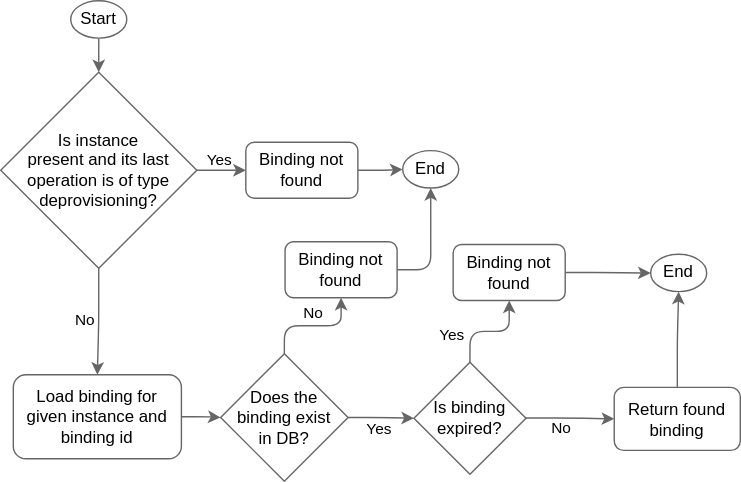
Earlier version of the draw.io export docs/assets/bindings-get-flow.drawio.svg (kyma-project/kyma-environment-broker). Source tidied: cells renumbered, new cells last; positions are measured from the earlier drawing's top-left corner, leaving out a move shared by most shapes.
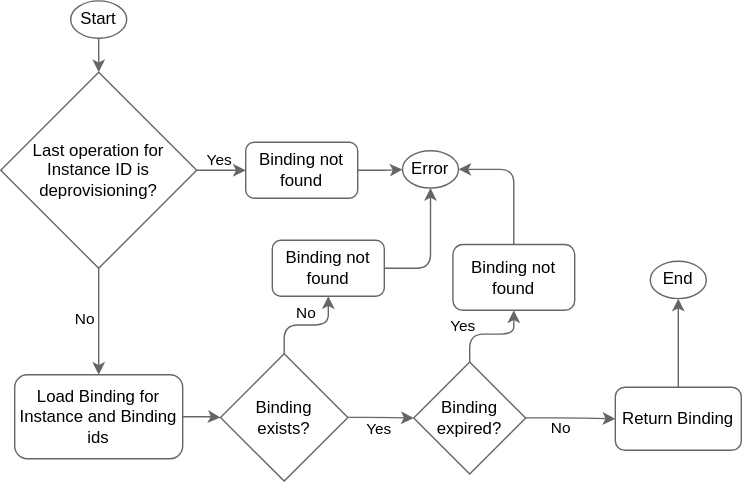
Above is the later version.

The edit, as a diff of the source:
```diff
@@ -8,7 +8,7 @@
     <mxCell id="3" value="Start" style="ellipse;whiteSpace=wrap;html=1;strokeColor=#666666;fillColor=#ffffff;fontColor=#000000;" parent="1" vertex="1">
       <mxGeometry x="210" width="40" height="26.7" as="geometry" />
     </mxCell>
-    <mxCell id="4" style="edgeStyle=orthogonalEdgeStyle;rounded=1;jettySize=auto;html=1;exitX=1;exitY=0.5;exitDx=0;exitDy=0;entryX=0;entryY=0.5;entryDx=0;entryDy=0;strokeColor=#666666;curved=0;fontColor=#000000;labelBackgroundColor=none;" parent="1" edge="1" source="x">
+    <mxCell id="4" style="edgeStyle=orthogonalEdgeStyle;rounded=1;orthogonalLoop=1;jettySize=auto;html=1;exitX=1;exitY=0.5;exitDx=0;exitDy=0;entryX=0;entryY=0.5;entryDx=0;entryDy=0;strokeColor=#666666;curved=0;fontColor=#000000;labelBackgroundColor=none;" parent="1" edge="1">
       <mxGeometry relative="1" as="geometry">
         <mxPoint y="121" as="targetPoint" />
       </mxGeometry>
@@ -19,14 +19,14 @@
     <mxCell id="6" value="Yes" style="edgeStyle=orthogonalEdgeStyle;rounded=1;jettySize=auto;html=1;curved=0;strokeColor=#666666;labelBackgroundColor=none;fontColor=#000000;" parent="1" edge="1" source="7" target="19">
       <mxGeometry x="-0.3" y="7" relative="1" as="geometry" />
     </mxCell>
-    <mxCell id="7" value="Is instance &lt;br&gt;present and its last operation is of type deprovisioning?" style="rhombus;whiteSpace=wrap;html=1;strokeColor=#666666;fillColor=#ffffff;fontColor=#000000;" parent="1" vertex="1">
+    <mxCell id="7" value="Last operation for Instance ID is deprovisioning?" style="rhombus;whiteSpace=wrap;html=1;strokeColor=#666666;fillColor=#ffffff;fontColor=#000000;" parent="1" vertex="1">
       <mxGeometry x="160" y="51" width="140" height="140" as="geometry" />
     </mxCell>
     <mxCell id="8" style="edgeStyle=orthogonalEdgeStyle;rounded=1;jettySize=auto;html=1;strokeColor=#666666;curved=0;fontColor=#000000;labelBackgroundColor=none;entryX=0;entryY=0.5;entryDx=0;entryDy=0;" parent="1" edge="1" source="9" target="12">
       <mxGeometry relative="1" as="geometry" />
     </mxCell>
-    <mxCell id="9" value="Load binding for given instance and binding id" style="whiteSpace=wrap;html=1;strokeColor=#666666;fillColor=#ffffff;fontColor=#000000;rounded=1;" parent="1" vertex="1">
-      <mxGeometry x="169" y="267" width="120" height="60" as="geometry" />
+    <mxCell id="9" value="Load Binding for Instance and Binding ids" style="whiteSpace=wrap;html=1;strokeColor=#666666;fillColor=#ffffff;fontColor=#000000;rounded=1;" parent="1" vertex="1">
+      <mxGeometry x="170" y="267" width="120" height="60" as="geometry" />
     </mxCell>
     <mxCell id="10" value="No" style="edgeStyle=orthogonalEdgeStyle;rounded=1;jettySize=auto;html=1;exitX=0.5;exitY=0;exitDx=0;exitDy=0;entryX=0.5;entryY=1;entryDx=0;entryDy=0;strokeColor=#666666;curved=0;fontColor=#000000;labelBackgroundColor=none;" parent="1" edge="1" source="12" target="24">
       <mxGeometry x="-0.01" y="9" relative="1" as="geometry" />
@@ -34,7 +34,7 @@
     <mxCell id="11" value="Yes" style="edgeStyle=orthogonalEdgeStyle;rounded=1;jettySize=auto;html=1;exitX=1;exitY=0.5;exitDx=0;exitDy=0;strokeColor=#666666;curved=0;fontColor=#000000;labelBackgroundColor=none;" parent="1" edge="1" source="12" target="15">
       <mxGeometry x="-0.06" y="-8" relative="1" as="geometry" />
     </mxCell>
-    <mxCell id="12" value="Does the &lt;br&gt;binding exist &lt;br&gt;in DB?" style="rhombus;whiteSpace=wrap;html=1;strokeColor=#666666;fillColor=#ffffff;fontColor=#000000;" parent="1" vertex="1">
+    <mxCell id="12" value="Binding &lt;br&gt;exists?" style="rhombus;whiteSpace=wrap;html=1;strokeColor=#666666;fillColor=#ffffff;fontColor=#000000;" parent="1" vertex="1">
       <mxGeometry x="317" y="252" width="91" height="91" as="geometry" />
     </mxCell>
     <mxCell id="13" value="Yes" style="edgeStyle=orthogonalEdgeStyle;rounded=1;jettySize=auto;html=1;exitX=0.5;exitY=0;exitDx=0;exitDy=0;strokeColor=#666666;curved=0;fontColor=#000000;labelBackgroundColor=none;" parent="1" edge="1" source="15" target="21">
@@ -45,14 +45,14 @@
     <mxCell id="14" value="No" style="edgeStyle=orthogonalEdgeStyle;rounded=1;jettySize=auto;html=1;exitX=0.955;exitY=0.498;exitDx=0;exitDy=0;strokeColor=#666666;curved=0;fontColor=#000000;labelBackgroundColor=none;exitPerimeter=0;" parent="1" edge="1" source="15" target="17">
       <mxGeometry x="-0.16" y="-7" relative="1" as="geometry" />
     </mxCell>
-    <mxCell id="15" value="Is binding expired?" style="rhombus;whiteSpace=wrap;html=1;strokeColor=#666666;fillColor=#ffffff;fontColor=#000000;" parent="1" vertex="1">
+    <mxCell id="15" value="Binding expired?" style="rhombus;whiteSpace=wrap;html=1;strokeColor=#666666;fillColor=#ffffff;fontColor=#000000;" parent="1" vertex="1">
       <mxGeometry x="455" y="258" width="80" height="80" as="geometry" />
     </mxCell>
     <mxCell id="16" style="edgeStyle=orthogonalEdgeStyle;rounded=1;jettySize=auto;html=1;strokeColor=#666666;curved=0;fontColor=#000000;labelBackgroundColor=none;" parent="1" edge="1" source="17" target="22">
       <mxGeometry relative="1" as="geometry" />
     </mxCell>
-    <mxCell id="17" value="Return found binding" style="whiteSpace=wrap;html=1;strokeColor=#666666;fillColor=#ffffff;fontColor=#000000;rounded=1;" parent="1" vertex="1">
-      <mxGeometry x="598" y="276" width="90" height="45" as="geometry" />
+    <mxCell id="17" value="Return Binding" style="whiteSpace=wrap;html=1;strokeColor=#666666;fillColor=#ffffff;fontColor=#000000;rounded=1;" parent="1" vertex="1">
+      <mxGeometry x="599" y="276" width="90" height="45" as="geometry" />
     </mxCell>
     <mxCell id="18" style="edgeStyle=orthogonalEdgeStyle;rounded=1;jettySize=auto;html=1;fontColor=#666666;labelBackgroundColor=none;strokeColor=#666666;curved=0;" parent="1" edge="1" source="19" target="25">
       <mxGeometry relative="1" as="geometry" />
@@ -60,22 +60,22 @@
     <mxCell id="19" value="Binding not found" style="whiteSpace=wrap;html=1;strokeColor=#666666;fillColor=#ffffff;fontColor=#000000;rounded=1;" parent="1" vertex="1">
       <mxGeometry x="335" y="101" width="80" height="40" as="geometry" />
     </mxCell>
-    <mxCell id="20" style="edgeStyle=orthogonalEdgeStyle;rounded=1;jettySize=auto;html=1;strokeColor=#666666;curved=0;fontColor=#000000;labelBackgroundColor=none;" parent="1" edge="1" source="21" target="22">
+    <mxCell id="20" style="edgeStyle=orthogonalEdgeStyle;rounded=1;jettySize=auto;html=1;strokeColor=#666666;curved=0;fontColor=#000000;labelBackgroundColor=none;entryX=1;entryY=0.5;entryDx=0;entryDy=0;" parent="1" edge="1" source="21" target="25">
       <mxGeometry relative="1" as="geometry" />
     </mxCell>
     <mxCell id="21" value="Binding not found" style="whiteSpace=wrap;html=1;strokeColor=#666666;fillColor=#ffffff;fontColor=#000000;rounded=1;" parent="1" vertex="1">
-      <mxGeometry x="483" y="174" width="80" height="40" as="geometry" />
+      <mxGeometry x="483" y="174" width="87" height="47" as="geometry" />
     </mxCell>
     <mxCell id="22" value="End" style="ellipse;whiteSpace=wrap;html=1;strokeColor=#666666;fillColor=#ffffff;fontColor=#000000;" parent="1" vertex="1">
-      <mxGeometry x="624" y="181" width="40" height="26.7" as="geometry" />
+      <mxGeometry x="624" y="186" width="40" height="26.7" as="geometry" />
     </mxCell>
     <mxCell id="23" style="edgeStyle=orthogonalEdgeStyle;rounded=1;jettySize=auto;html=1;strokeColor=#666666;curved=0;fontColor=#000000;labelBackgroundColor=none;" parent="1" edge="1" source="24" target="25">
       <mxGeometry relative="1" as="geometry" />
     </mxCell>
     <mxCell id="24" value="Binding not found" style="whiteSpace=wrap;html=1;strokeColor=#666666;fillColor=#ffffff;fontColor=#000000;rounded=1;" parent="1" vertex="1">
-      <mxGeometry x="363" y="172" width="80" height="40" as="geometry" />
+      <mxGeometry x="354" y="171" width="80" height="40" as="geometry" />
     </mxCell>
-    <mxCell id="25" value="End" style="ellipse;whiteSpace=wrap;html=1;strokeColor=#666666;fillColor=#ffffff;fontColor=#000000;" parent="1" vertex="1">
+    <mxCell id="25" value="Error" style="ellipse;whiteSpace=wrap;html=1;strokeColor=#666666;fillColor=#ffffff;fontColor=#000000;" parent="1" vertex="1">
       <mxGeometry x="447" y="107" width="40" height="26.7" as="geometry" />
     </mxCell>
   </root>
```
